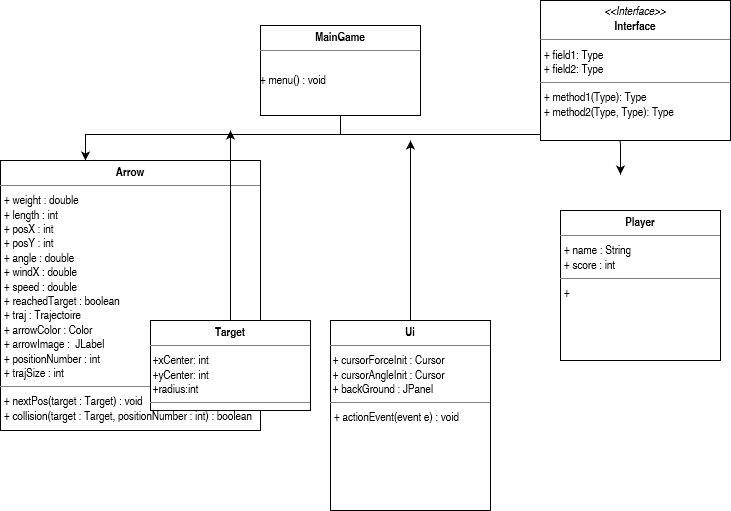
Before: UMLDiagram.png, a diagram exported from draw.io (vbard1/mini-projet-2). Source tidied: cells renumbered, new cells last; positions are measured from the earlier drawing's top-left corner, leaving out a move shared by most shapes.
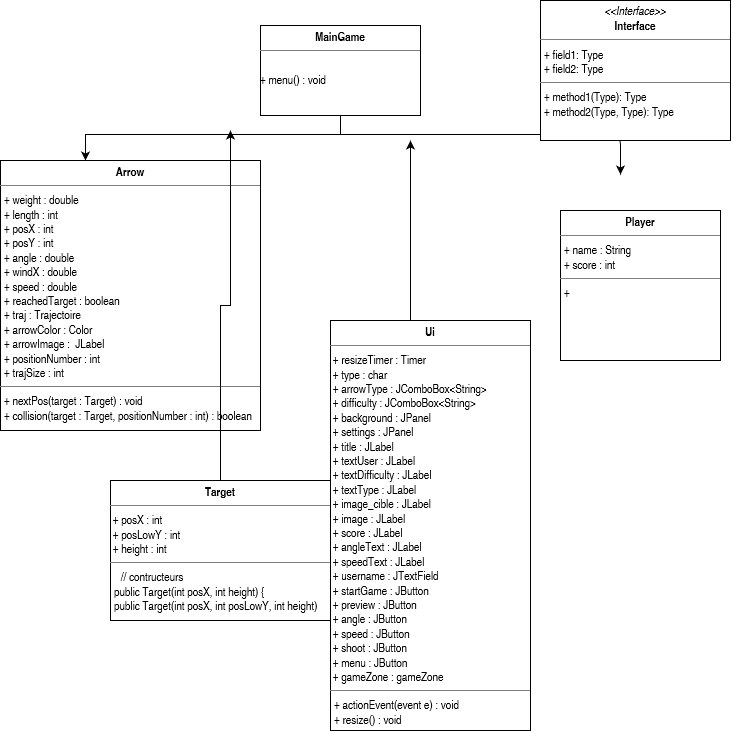
The same diagram one commit later.

What changed in the source:
```diff
@@ -45,8 +45,8 @@
         </Array>
       </mxGeometry>
     </mxCell>
-    <mxCell id="9" value="&lt;p style=&quot;margin: 0px ; margin-top: 4px ; text-align: center&quot;&gt;&lt;b&gt;Ui&lt;/b&gt;&lt;br&gt;&lt;/p&gt;&lt;hr size=&quot;1&quot;&gt;&amp;nbsp;+ cursorForceInit : Cursor&lt;br&gt;&amp;nbsp;+ cursorAngleInit : Cursor&lt;br&gt;&amp;nbsp;+ backGround : JPanel&lt;br&gt;&lt;hr size=&quot;1&quot;&gt;&lt;p style=&quot;margin: 0px ; margin-left: 4px&quot;&gt;+ actionEvent(event e) : void&lt;/p&gt;" style="verticalAlign=top;align=left;overflow=fill;fontSize=12;fontFamily=Helvetica;html=1;" parent="1" vertex="1">
-      <mxGeometry x="330" y="320" width="160" height="190" as="geometry" />
+    <mxCell id="9" value="&lt;p style=&quot;margin: 0px ; margin-top: 4px ; text-align: center&quot;&gt;&lt;b&gt;Ui&lt;/b&gt;&lt;br&gt;&lt;/p&gt;&lt;hr size=&quot;1&quot;&gt;&lt;div&gt;&amp;nbsp;+ resizeTimer : Timer&lt;/div&gt;&lt;div&gt;&amp;nbsp;+ type : char &lt;/div&gt;&lt;div&gt;&amp;nbsp;+ arrowType : JComboBox&amp;lt;String&amp;gt;&lt;/div&gt;&lt;div&gt;&amp;nbsp;+ difficulty : JComboBox&amp;lt;String&amp;gt;&lt;br&gt;&amp;nbsp;+ background : JPanel&lt;/div&gt;&lt;div&gt;&amp;nbsp;+ settings : JPanel &lt;br&gt;&lt;/div&gt;&lt;div&gt;&amp;nbsp;+ title : JLabel&lt;br&gt;&amp;nbsp;+ textUser : JLabel&lt;/div&gt;&lt;div&gt;&amp;nbsp;+ textDifficulty : JLabel&lt;/div&gt;&lt;div&gt;&amp;nbsp;+ textType : JLabel&lt;/div&gt;&lt;div&gt;&amp;nbsp;+ image_cible : JLabel&lt;/div&gt;&lt;div&gt;&amp;nbsp;+ image : JLabel&lt;/div&gt;&lt;div&gt;&amp;nbsp;+ score : JLabel&lt;/div&gt;&lt;div&gt;&amp;nbsp;+ angleText : JLabel&lt;/div&gt;&lt;div&gt;&amp;nbsp;+ speedText : JLabel&lt;/div&gt;&lt;div&gt;&amp;nbsp;+ username : JTextField &lt;br&gt;&lt;/div&gt;&lt;div&gt;&amp;nbsp;+ startGame : JButton&lt;/div&gt;&lt;div&gt;&amp;nbsp;+ preview : JButton&lt;/div&gt;&lt;div&gt;&amp;nbsp;+ angle : JButton&lt;/div&gt;&lt;div&gt;&amp;nbsp;+ speed : JButton&lt;/div&gt;&lt;div&gt;&amp;nbsp;+ shoot : JButton&lt;/div&gt;&lt;div&gt;&amp;nbsp;+ menu : JButton&lt;br&gt;&amp;nbsp;+ gameZone : gameZone&lt;br&gt;&lt;/div&gt;&lt;hr size=&quot;1&quot;&gt;&lt;p style=&quot;margin: 0px ; margin-left: 4px&quot;&gt;+ actionEvent(event e) : void&lt;/p&gt;&lt;p style=&quot;margin: 0px ; margin-left: 4px&quot;&gt;+ resize() : void&lt;br&gt;&lt;/p&gt;" style="verticalAlign=top;align=left;overflow=fill;fontSize=12;fontFamily=Helvetica;html=1;" parent="1" vertex="1">
+      <mxGeometry x="330" y="320" width="200" height="410" as="geometry" />
     </mxCell>
     <mxCell id="10" value="&lt;p style=&quot;margin: 0px ; margin-top: 4px ; text-align: center&quot;&gt;&lt;b&gt;Player&lt;/b&gt;&lt;br&gt;&lt;/p&gt;&lt;hr size=&quot;1&quot;&gt;&lt;p style=&quot;margin: 0px ; margin-left: 4px&quot;&gt;+ name : String&lt;/p&gt;&lt;p style=&quot;margin: 0px ; margin-left: 4px&quot;&gt;+ score : int&lt;/p&gt;&lt;hr size=&quot;1&quot;&gt;&lt;p style=&quot;margin: 0px ; margin-left: 4px&quot;&gt;+&lt;br&gt;&lt;/p&gt;" style="verticalAlign=top;align=left;overflow=fill;fontSize=12;fontFamily=Helvetica;html=1;" parent="1" vertex="1">
       <mxGeometry x="560" y="210" width="160" height="150" as="geometry" />
@@ -61,8 +61,8 @@
         <mxPoint x="230" y="130" as="targetPoint" />
       </mxGeometry>
     </mxCell>
-    <mxCell id="13" value="&lt;p style=&quot;margin: 0px ; margin-top: 4px ; text-align: center&quot;&gt;&lt;b&gt;Target&lt;/b&gt;&lt;br&gt;&lt;/p&gt;&lt;hr size=&quot;1&quot;&gt;&amp;nbsp;+xCenter: int&lt;br&gt;&amp;nbsp;+yCenter: int&lt;br&gt;&amp;nbsp;+radius:int&lt;br&gt;&lt;hr size=&quot;1&quot;&gt;&lt;p style=&quot;margin: 0px ; margin-left: 4px&quot;&gt;+&lt;/p&gt;" style="verticalAlign=top;align=left;overflow=fill;fontSize=12;fontFamily=Helvetica;html=1;" parent="1" vertex="1">
-      <mxGeometry x="150" y="320" width="160" height="90" as="geometry" />
+    <mxCell id="13" value="&lt;p style=&quot;margin: 0px ; margin-top: 4px ; text-align: center&quot;&gt;&lt;b&gt;Target&lt;/b&gt;&lt;br&gt;&lt;/p&gt;&lt;hr size=&quot;1&quot;&gt;&amp;nbsp;+ posX : int&lt;br&gt;&amp;nbsp;+ posLowY : int&lt;br&gt;&amp;nbsp;+ height : int&lt;br&gt;&lt;hr size=&quot;1&quot;&gt;&amp;nbsp;&amp;nbsp;&amp;nbsp; // contructeurs&lt;p style=&quot;margin: 0px ; margin-left: 4px&quot;&gt;public Target(int posX, int height) {&lt;/p&gt;&lt;p style=&quot;margin: 0px ; margin-left: 4px&quot;&gt;public Target(int posX, int posLowY, int height) &lt;br&gt;&lt;/p&gt;" style="verticalAlign=top;align=left;overflow=fill;fontSize=12;fontFamily=Helvetica;html=1;" parent="1" vertex="1">
+      <mxGeometry x="110" y="480" width="220" height="140" as="geometry" />
     </mxCell>
   </root>
 </mxGraphModel>
```
